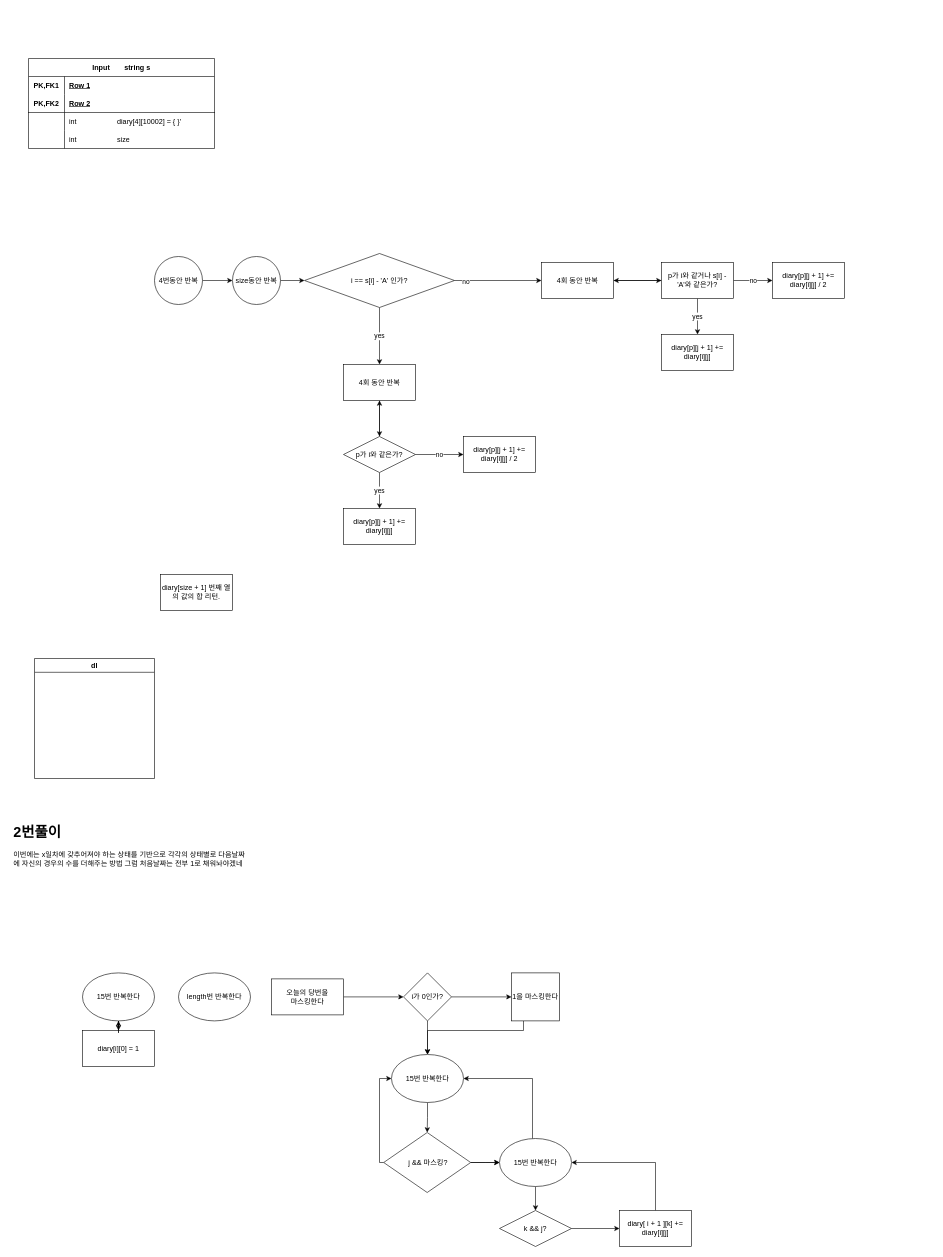
This is codebattle6.drawio from sangbumlikeagod/SWEA_B, a draw.io file, before an edit. Source tidied: cells renumbered, new cells numbered last; positions are measured from the earlier drawing's top-left corner, leaving out a move shared by most shapes. Both pictures are drawn from the tidied source at 60%, with x=0, y=0 at pixel (10, 58).
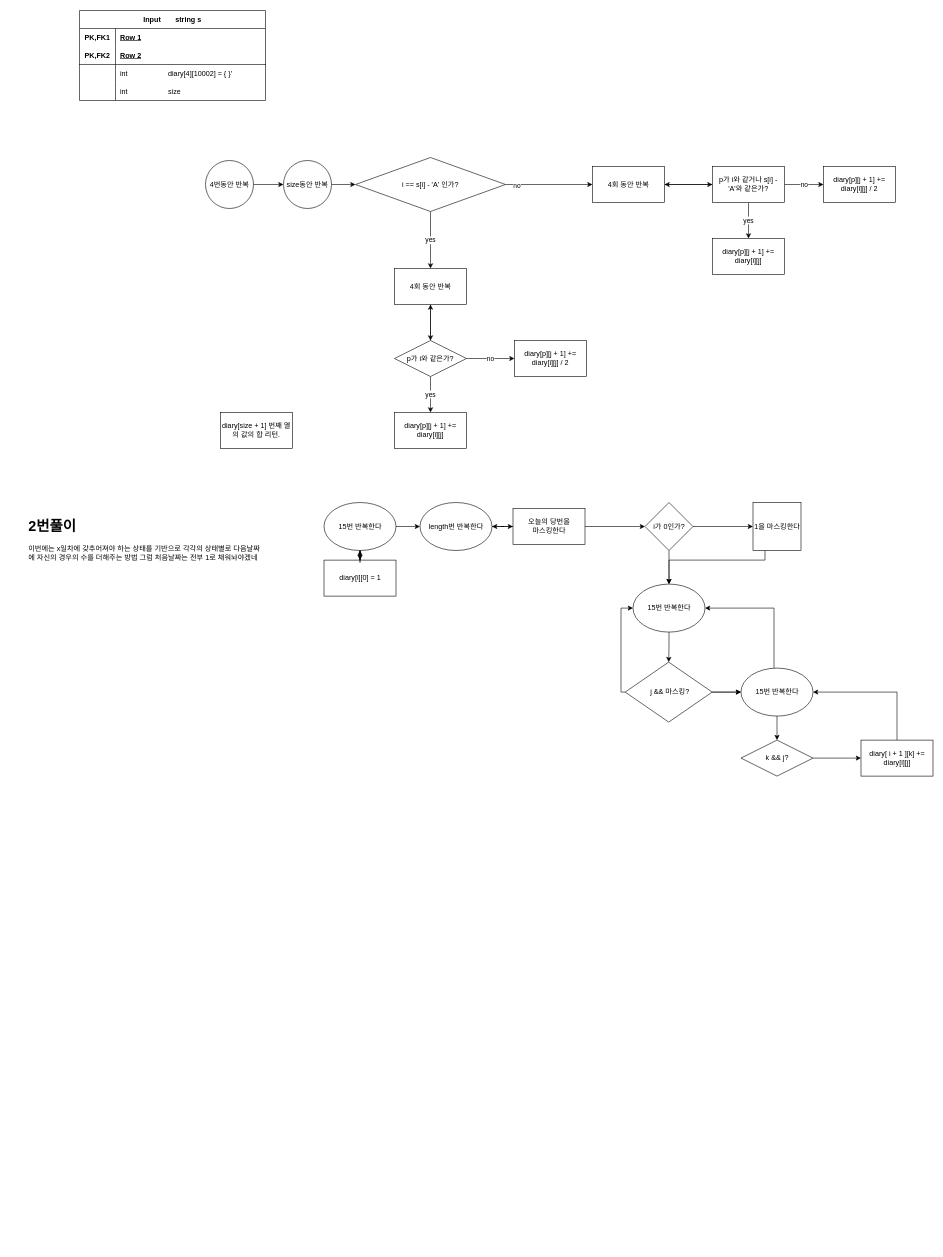
The same page after the edit.

The edit, as a diff of the source:
```diff
@@
     <mxCell id="2" value="Input&lt;span style=&quot;white-space: pre;&quot;&gt;&#9;&lt;/span&gt;string s" style="shape=table;startSize=30;childLayout=tableLayout;rowLines=0;fontStyle=1;align=center;html=1;whiteSpace=wrap;" parent="1" vertex="1">
-      <mxGeometry x="30" width="310" height="150" as="geometry" />
+      <mxGeometry x="115" y="-80" width="310" height="150" as="geometry" />
     </mxCell>
@@
     <mxCell id="15" value="diary[size + 1] 번째 열의 값의 합 리턴." style="rounded=0;whiteSpace=wrap;html=1;" parent="1" vertex="1">
-      <mxGeometry x="250" y="860" width="120" height="60" as="geometry" />
+      <mxGeometry x="350" y="590" width="120" height="60" as="geometry" />
     </mxCell>
@@
     <mxCell id="17" value="4번동안 반복" style="ellipse;whiteSpace=wrap;html=1;" parent="1" vertex="1">
-      <mxGeometry x="240" y="330" width="80" height="80" as="geometry" />
+      <mxGeometry x="325" y="170" width="80" height="80" as="geometry" />
     </mxCell>
@@
     <mxCell id="19" value="size동안 반복" style="ellipse;whiteSpace=wrap;html=1;" parent="1" vertex="1">
-      <mxGeometry x="370" y="330" width="80" height="80" as="geometry" />
+      <mxGeometry x="455" y="170" width="80" height="80" as="geometry" />
     </mxCell>
@@
     <mxCell id="23" value="i == s[i] - 'A' 인가?" style="rhombus;whiteSpace=wrap;html=1;" parent="1" vertex="1">
-      <mxGeometry x="490" y="325" width="250" height="90" as="geometry" />
+      <mxGeometry x="575" y="165" width="250" height="90" as="geometry" />
     </mxCell>
@@
     <mxCell id="25" value="4회 동안 반복" style="whiteSpace=wrap;html=1;" parent="1" vertex="1">
-      <mxGeometry x="885" y="340" width="120" height="60" as="geometry" />
+      <mxGeometry x="970" y="180" width="120" height="60" as="geometry" />
     </mxCell>
@@
     <mxCell id="27" value="4회 동안 반복" style="whiteSpace=wrap;html=1;" parent="1" vertex="1">
-      <mxGeometry x="555" y="510" width="120" height="60" as="geometry" />
+      <mxGeometry x="640" y="350" width="120" height="60" as="geometry" />
     </mxCell>
@@
     <mxCell id="31" value="p가 i와 같은가?" style="whiteSpace=wrap;html=1;shape=rhombus;perimeter=rhombusPerimeter;" parent="1" vertex="1">
-      <mxGeometry x="555" y="630" width="120" height="60" as="geometry" />
+      <mxGeometry x="640" y="470" width="120" height="60" as="geometry" />
     </mxCell>
     <mxCell id="32" value="diary[p][j + 1] += diary[i][j]" style="whiteSpace=wrap;html=1;shape=label;rounded=0;" parent="1" vertex="1">
-      <mxGeometry x="555" y="750" width="120" height="60" as="geometry" />
+      <mxGeometry x="640" y="590" width="120" height="60" as="geometry" />
     </mxCell>
     <mxCell id="33" value="diary[p][j + 1] += diary[i][j] / 2" style="whiteSpace=wrap;html=1;" parent="1" vertex="1">
-      <mxGeometry x="755" y="630" width="120" height="60" as="geometry" />
+      <mxGeometry x="840" y="470" width="120" height="60" as="geometry" />
     </mxCell>
@@
     <mxCell id="37" value="p가 i와 같거나 s[i] - 'A'와 같은가?" style="whiteSpace=wrap;html=1;" parent="1" vertex="1">
-      <mxGeometry x="1085" y="340" width="120" height="60" as="geometry" />
+      <mxGeometry x="1170" y="180" width="120" height="60" as="geometry" />
     </mxCell>
     <mxCell id="38" value="diary[p][j + 1] += diary[i][j] / 2" style="whiteSpace=wrap;html=1;" parent="1" vertex="1">
-      <mxGeometry x="1270" y="340" width="120" height="60" as="geometry" />
+      <mxGeometry x="1355" y="180" width="120" height="60" as="geometry" />
     </mxCell>
     <mxCell id="39" value="diary[p][j + 1] += diary[i][j]" style="whiteSpace=wrap;html=1;shape=label;rounded=0;" parent="1" vertex="1">
-      <mxGeometry x="1085" y="460" width="120" height="60" as="geometry" />
+      <mxGeometry x="1170" y="300" width="120" height="60" as="geometry" />
     </mxCell>
-    <mxCell id="40" value="dl" style="swimlane;whiteSpace=wrap;html=1;" parent="1" vertex="1">
-      <mxGeometry x="40" y="1000" width="200" height="200" as="geometry" />
-    </mxCell>
     <mxCell id="41" value="&lt;h1&gt;2번풀이&lt;/h1&gt;&lt;p&gt;이번에는 x일차에 갖추어져야 하는 상태를 기반으로 각각의 상태별로 다음날짜에 자신의 경우의 수를 더해주는 방법 그럼 처음날짜는 전부 1로 채워놔야겠네&lt;/p&gt;" style="text;html=1;strokeColor=none;fillColor=none;spacing=5;spacingTop=-20;whiteSpace=wrap;overflow=hidden;rounded=0;" parent="1" vertex="1">
-      <mxGeometry y="1270" width="400" height="100" as="geometry" />
+      <mxGeometry x="25" y="760" width="400" height="100" as="geometry" />
     </mxCell>
@@
     <mxCell id="43" value="diary[i][0] = 1" style="rounded=0;whiteSpace=wrap;html=1;" parent="1" vertex="1">
-      <mxGeometry x="120" y="1620" width="120" height="60" as="geometry" />
+      <mxGeometry x="522.5" y="836" width="120" height="60" as="geometry" />
     </mxCell>
@@
+    <mxCell id="67" style="edgeStyle=orthogonalEdgeStyle;rounded=0;jettySize=auto;html=1;" parent="1" edge="1" source="45" target="46">
+      <mxGeometry relative="1" as="geometry" />
+    </mxCell>
     <mxCell id="45" value="15번 반복한다" style="ellipse;whiteSpace=wrap;html=1;" parent="1" vertex="1">
-      <mxGeometry x="120" y="1524" width="120" height="80" as="geometry" />
+      <mxGeometry x="522.5" y="740" width="120" height="80" as="geometry" />
     </mxCell>
+    <mxCell id="68" style="edgeStyle=orthogonalEdgeStyle;rounded=0;jettySize=auto;html=1;" parent="1" edge="1" source="46" target="48">
+      <mxGeometry relative="1" as="geometry" />
+    </mxCell>
     <mxCell id="46" value="length번 반복한다" style="ellipse;whiteSpace=wrap;html=1;" parent="1" vertex="1">
-      <mxGeometry x="280" y="1524" width="120" height="80" as="geometry" />
+      <mxGeometry x="682.5" y="740" width="120" height="80" as="geometry" />
     </mxCell>
@@
+    <mxCell id="69" style="edgeStyle=orthogonalEdgeStyle;rounded=0;jettySize=auto;html=1;" parent="1" edge="1" source="48" target="46">
+      <mxGeometry relative="1" as="geometry" />
+    </mxCell>
     <mxCell id="48" value="오늘의 당번을&lt;br&gt;마스킹한다" style="rounded=0;whiteSpace=wrap;html=1;" parent="1" vertex="1">
-      <mxGeometry x="435" y="1534" width="120" height="60" as="geometry" />
+      <mxGeometry x="837.5" y="750" width="120" height="60" as="geometry" />
     </mxCell>
@@
     <mxCell id="51" value="i가 0인가?" style="rhombus;whiteSpace=wrap;html=1;rounded=0;" parent="1" vertex="1">
-      <mxGeometry x="655" y="1524" width="80" height="80" as="geometry" />
+      <mxGeometry x="1057.5" y="740" width="80" height="80" as="geometry" />
     </mxCell>
     <mxCell id="52" style="edgeStyle=orthogonalEdgeStyle;rounded=0;jettySize=auto;html=1;" parent="1" edge="1" source="53" target="55">
       <mxGeometry relative="1" as="geometry">
         <Array as="points">
-          <mxPoint x="855" y="1620" />
-          <mxPoint x="695" y="1620" />
+          <mxPoint x="1257.5" y="836" />
+          <mxPoint x="1097.5" y="836" />
         </Array>
       </mxGeometry>
     </mxCell>
     <mxCell id="53" value="1을 마스킹한다" style="whiteSpace=wrap;html=1;rounded=0;" parent="1" vertex="1">
-      <mxGeometry x="835" y="1524" width="80" height="80" as="geometry" />
+      <mxGeometry x="1237.5" y="740" width="80" height="80" as="geometry" />
     </mxCell>
@@
     <mxCell id="55" value="15번 반복한다" style="ellipse;whiteSpace=wrap;html=1;" parent="1" vertex="1">
-      <mxGeometry x="635" y="1660" width="120" height="80" as="geometry" />
+      <mxGeometry x="1037.5" y="876" width="120" height="80" as="geometry" />
     </mxCell>
     <mxCell id="56" style="edgeStyle=orthogonalEdgeStyle;rounded=0;jettySize=auto;html=1;" parent="1" edge="1" source="59">
       <mxGeometry relative="1" as="geometry">
-        <mxPoint x="815" y="1840" as="targetPoint" />
+        <mxPoint x="1217.5" y="1056" as="targetPoint" />
       </mxGeometry>
     </mxCell>
@@
     <mxCell id="58" style="edgeStyle=orthogonalEdgeStyle;rounded=0;jettySize=auto;html=1;entryX=0;entryY=0.5;entryDx=0;entryDy=0;" parent="1" edge="1" source="59" target="55">
       <mxGeometry relative="1" as="geometry">
         <Array as="points">
-          <mxPoint x="615" y="1840" />
-          <mxPoint x="615" y="1700" />
+          <mxPoint x="1017.5" y="1056" />
+          <mxPoint x="1017.5" y="916" />
         </Array>
       </mxGeometry>
     </mxCell>
     <mxCell id="59" value="&amp;nbsp;j &amp;amp;&amp;amp; 마스킹?" style="rhombus;whiteSpace=wrap;html=1;" parent="1" vertex="1">
-      <mxGeometry x="622" y="1790" width="145" height="100" as="geometry" />
+      <mxGeometry x="1024.5" y="1006" width="145" height="100" as="geometry" />
     </mxCell>
@@
     <mxCell id="61" style="edgeStyle=orthogonalEdgeStyle;rounded=0;jettySize=auto;html=1;entryX=1;entryY=0.5;entryDx=0;entryDy=0;" parent="1" edge="1" source="62" target="55">
       <mxGeometry relative="1" as="geometry">
         <Array as="points">
-          <mxPoint x="870" y="1700" />
+          <mxPoint x="1272.5" y="916" />
         </Array>
       </mxGeometry>
     </mxCell>
     <mxCell id="62" value="15번 반복한다" style="ellipse;whiteSpace=wrap;html=1;" parent="1" vertex="1">
-      <mxGeometry x="815" y="1800" width="120" height="80" as="geometry" />
+      <mxGeometry x="1217.5" y="1016" width="120" height="80" as="geometry" />
     </mxCell>
@@
     <mxCell id="64" value="k &amp;amp;&amp;amp; j?" style="whiteSpace=wrap;html=1;shape=rhombus;perimeter=rhombusPerimeter;" parent="1" vertex="1">
-      <mxGeometry x="815" y="1920" width="120" height="60" as="geometry" />
+      <mxGeometry x="1217.5" y="1136" width="120" height="60" as="geometry" />
     </mxCell>
     <mxCell id="65" style="edgeStyle=orthogonalEdgeStyle;rounded=0;jettySize=auto;html=1;entryX=1;entryY=0.5;entryDx=0;entryDy=0;" parent="1" edge="1" source="66" target="62">
       <mxGeometry relative="1" as="geometry">
         <Array as="points">
-          <mxPoint x="1075" y="1840" />
+          <mxPoint x="1477.5" y="1056" />
         </Array>
       </mxGeometry>
     </mxCell>
     <mxCell id="66" value="diary[ i + 1 ][k] += diary[i][j]" style="whiteSpace=wrap;html=1;" parent="1" vertex="1">
-      <mxGeometry x="1015" y="1920" width="120" height="60" as="geometry" />
+      <mxGeometry x="1417.5" y="1136" width="120" height="60" as="geometry" />
     </mxCell>
```
